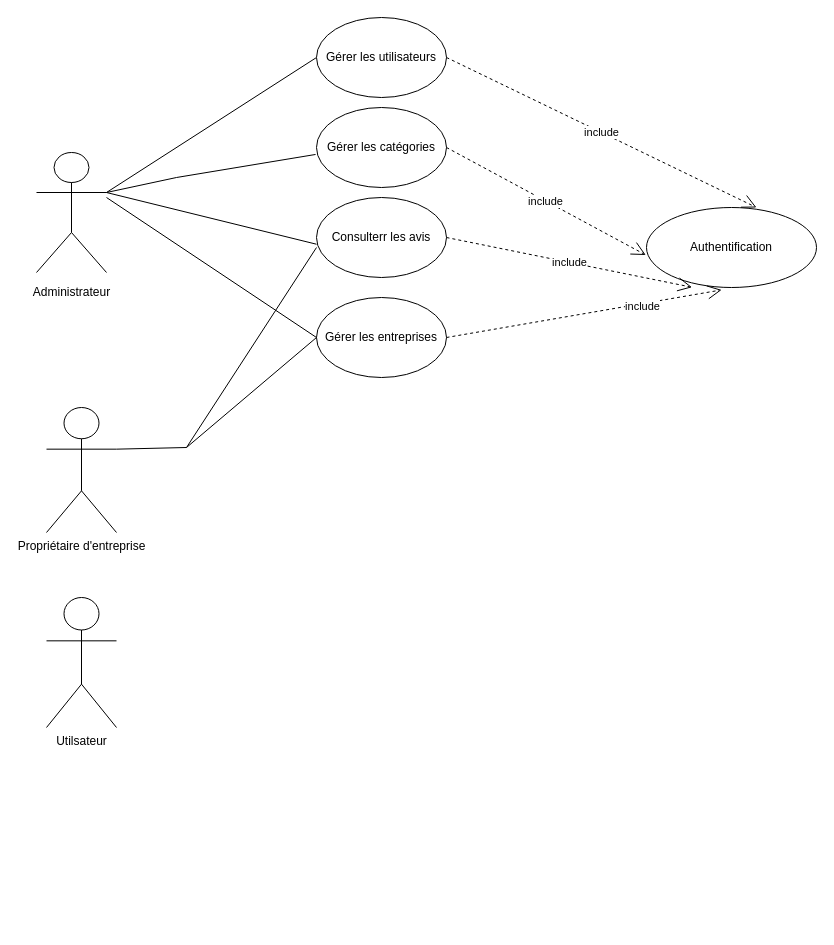
Earlier version of the draw.io diagram Admin.drawio.drawio (Rahma3-sys/Searchgi). Source tidied: cells renumbered, new cells numbered last; positions are measured from the earlier drawing's top-left corner, leaving out a move shared by most shapes. Both pictures are drawn from the tidied source at 100%, with x=0, y=0 at pixel (21, 17).
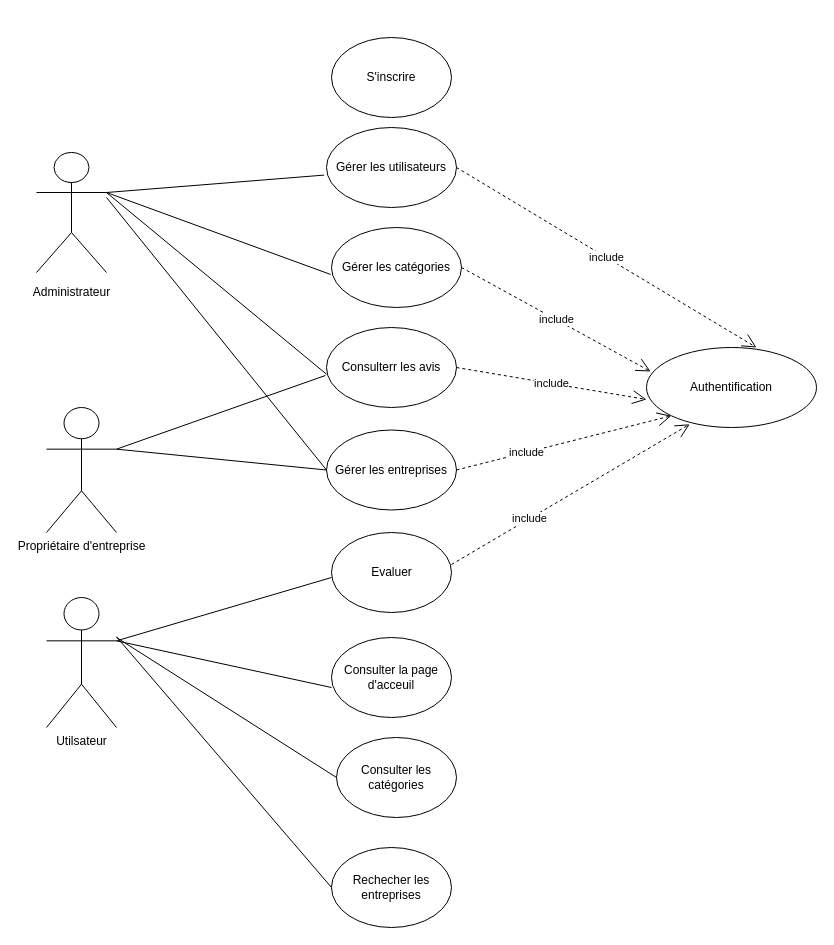
The same page after the edit.

Commit message:
Mettre à jour Admin.drawio.drawio

Unchanged cells that the change refers to:
```xml
<mxCell id="2" style="shape=umlActor;verticalLabelPosition=bottom;verticalAlign=top;html=1;outlineConnect=0;" parent="1" vertex="1">
  <mxGeometry x="15" y="135" width="70" height="120" as="geometry" />
</mxCell>
<mxCell id="17" value="Propriétaire d'entreprise" style="shape=umlActor;verticalLabelPosition=bottom;verticalAlign=top;html=1;outlineConnect=0;" parent="1" vertex="1">
  <mxGeometry x="25" y="390" width="70" height="125" as="geometry" />
</mxCell>
<mxCell id="18" value="Utilsateur" style="shape=umlActor;verticalLabelPosition=bottom;verticalAlign=top;html=1;outlineConnect=0;" parent="1" vertex="1">
  <mxGeometry x="25" y="580" width="70" height="130" as="geometry" />
</mxCell>
```

What changed in the source:
```diff
@@
     <mxCell id="3" value="Authentification" style="ellipse;whiteSpace=wrap;html=1;" parent="1" vertex="1">
-      <mxGeometry x="625" y="190" width="170" height="80" as="geometry" />
+      <mxGeometry x="625" y="330" width="170" height="80" as="geometry" />
     </mxCell>
     <mxCell id="4" value="Consulterr les avis" style="ellipse;whiteSpace=wrap;html=1;" parent="1" vertex="1">
-      <mxGeometry x="295" y="180" width="130" height="80" as="geometry" />
+      <mxGeometry x="305" y="310" width="130" height="80" as="geometry" />
     </mxCell>
     <mxCell id="5" value="Gérer les entreprises" style="ellipse;whiteSpace=wrap;html=1;" parent="1" vertex="1">
-      <mxGeometry x="295" y="280" width="130" height="80" as="geometry" />
+      <mxGeometry x="305" y="412.5" width="130" height="80" as="geometry" />
     </mxCell>
-    <mxCell id="6" value="include" style="endArrow=open;endSize=12;dashed=1;html=1;rounded=0;exitX=1;exitY=0.5;exitDx=0;exitDy=0;entryX=0.442;entryY=1.03;entryDx=0;entryDy=0;entryPerimeter=0;" parent="1" edge="1" source="5" target="3">
-      <mxGeometry x="0.42" y="-3" relative="1" as="geometry" />
+    <mxCell id="6" value="include" style="endArrow=open;endSize=12;dashed=1;html=1;rounded=0;exitX=1;exitY=0.5;exitDx=0;exitDy=0;entryX=0;entryY=1;entryDx=0;entryDy=0;" parent="1" edge="1" source="5" target="3">
+      <mxGeometry x="-0.35" relative="1" as="geometry" />
     </mxCell>
-    <mxCell id="7" value="include" style="endArrow=open;endSize=12;dashed=1;html=1;rounded=0;entryX=0.268;entryY=0.997;entryDx=0;entryDy=0;exitX=1;exitY=0.5;exitDx=0;exitDy=0;entryPerimeter=0;" parent="1" edge="1" source="4" target="3">
+    <mxCell id="7" value="include" style="endArrow=open;endSize=12;dashed=1;html=1;rounded=0;entryX=0;entryY=0.65;entryDx=0;entryDy=0;exitX=1;exitY=0.5;exitDx=0;exitDy=0;entryPerimeter=0;" parent="1" edge="1" source="4" target="3">
       <mxGeometry relative="1" as="geometry" />
     </mxCell>
-    <mxCell id="8" style="endArrow=none;html=1;rounded=0;exitX=1;exitY=0.3333333333333333;exitDx=0;exitDy=0;exitPerimeter=0;" parent="1" edge="1" source="2">
-      <mxGeometry relative="1" as="geometry">
-        <mxPoint x="295" y="40" as="targetPoint" />
-      </mxGeometry>
+    <mxCell id="8" style="endArrow=none;html=1;rounded=0;exitX=1;exitY=0.3333333333333333;exitDx=0;exitDy=0;exitPerimeter=0;entryX=-0.018;entryY=0.595;entryDx=0;entryDy=0;entryPerimeter=0;" parent="1" edge="1" source="2" target="11">
+      <mxGeometry relative="1" as="geometry" />
     </mxCell>
@@
     <mxCell id="11" value="Gérer les utilisateurs" style="ellipse;whiteSpace=wrap;html=1;" parent="1" vertex="1">
-      <mxGeometry x="295" width="130" height="80" as="geometry" />
+      <mxGeometry x="305" y="110" width="130" height="80" as="geometry" />
     </mxCell>
@@
     <mxCell id="13" value="Gérer les catégories" style="ellipse;whiteSpace=wrap;html=1;" parent="1" vertex="1">
-      <mxGeometry x="295" y="90" width="130" height="80" as="geometry" />
+      <mxGeometry x="310" y="210" width="130" height="80" as="geometry" />
     </mxCell>
     <mxCell id="14" style="endArrow=none;html=1;rounded=0;exitX=1;exitY=0.3333333333333333;exitDx=0;exitDy=0;exitPerimeter=0;entryX=-0.007;entryY=0.587;entryDx=0;entryDy=0;entryPerimeter=0;" parent="1" edge="1" source="2" target="13">
-      <mxGeometry relative="1" as="geometry">
-        <Array as="points">
-          <mxPoint x="155" y="160" />
-        </Array>
-      </mxGeometry>
+      <mxGeometry relative="1" as="geometry" />
     </mxCell>
@@
-    <mxCell id="16" value="include" style="endArrow=open;endSize=12;dashed=1;html=1;rounded=0;exitX=1;exitY=0.5;exitDx=0;exitDy=0;entryX=-0.004;entryY=0.594;entryDx=0;entryDy=0;entryPerimeter=0;" parent="1" edge="1" source="13" target="3">
+    <mxCell id="16" value="include" style="endArrow=open;endSize=12;dashed=1;html=1;rounded=0;exitX=1;exitY=0.5;exitDx=0;exitDy=0;entryX=0.024;entryY=0.3;entryDx=0;entryDy=0;entryPerimeter=0;" parent="1" edge="1" source="13" target="3">
       <mxGeometry relative="1" as="geometry" />
     </mxCell>
@@
-    <mxCell id="19" style="endArrow=none;html=1;rounded=0;exitX=1;exitY=0.3333333333333333;exitDx=0;exitDy=0;exitPerimeter=0;" parent="1" edge="1" source="17">
-      <mxGeometry relative="1" as="geometry">
-        <mxPoint x="295" y="230" as="targetPoint" />
-        <Array as="points">
-          <mxPoint x="165" y="430" />
-        </Array>
-      </mxGeometry>
+    <mxCell id="19" style="endArrow=none;html=1;rounded=0;exitX=1;exitY=0.3333333333333333;exitDx=0;exitDy=0;exitPerimeter=0;entryX=-0.009;entryY=0.6;entryDx=0;entryDy=0;entryPerimeter=0;" parent="1" edge="1" source="17" target="4">
+      <mxGeometry relative="1" as="geometry" />
     </mxCell>
-    <mxCell id="20" style="endArrow=none;html=1;rounded=0;entryX=0;entryY=0.5;entryDx=0;entryDy=0;" parent="1" edge="1" target="5">
-      <mxGeometry relative="1" as="geometry">
-        <mxPoint x="165" y="430" as="sourcePoint" />
-      </mxGeometry>
+    <mxCell id="20" style="endArrow=none;html=1;rounded=0;entryX=0;entryY=0.5;entryDx=0;entryDy=0;exitX=1;exitY=0.3333333333333333;exitDx=0;exitDy=0;exitPerimeter=0;" parent="1" edge="1" source="17" target="5">
+      <mxGeometry relative="1" as="geometry" />
     </mxCell>
+    <mxCell id="21" value="Consulter les catégories" style="ellipse;whiteSpace=wrap;html=1;" parent="1" vertex="1">
+      <mxGeometry x="315" y="720" width="120" height="80" as="geometry" />
+    </mxCell>
+    <mxCell id="22" value="Consulter la page d'acceuil" style="ellipse;whiteSpace=wrap;html=1;" parent="1" vertex="1">
+      <mxGeometry x="310" y="620" width="120" height="80" as="geometry" />
+    </mxCell>
+    <mxCell id="23" style="ellipse;whiteSpace=wrap;html=1;" parent="1" vertex="1">
+      <mxGeometry x="310" y="515" width="120" height="80" as="geometry" />
+    </mxCell>
+    <mxCell id="24" value="Evaluer" style="text;html=1;align=center;verticalAlign=middle;strokeColor=none;fillColor=none;" parent="1" vertex="1">
+      <mxGeometry x="340" y="540" width="60" height="30" as="geometry" />
+    </mxCell>
+    <mxCell id="25" value="include" style="endArrow=open;endSize=12;dashed=1;html=1;rounded=0;exitX=1;exitY=0.5;exitDx=0;exitDy=0;entryX=0.254;entryY=0.96;entryDx=0;entryDy=0;entryPerimeter=0;" parent="1" edge="1" target="3">
+      <mxGeometry x="-0.35" relative="1" as="geometry">
+        <mxPoint x="430" y="547" as="sourcePoint" />
+      </mxGeometry>
+    </mxCell>
+    <mxCell id="26" value="S'inscrire" style="ellipse;whiteSpace=wrap;html=1;" parent="1" vertex="1">
+      <mxGeometry x="310" y="20" width="120" height="80" as="geometry" />
+    </mxCell>
+    <mxCell id="27" value="Rechecher les entreprises" style="ellipse;whiteSpace=wrap;html=1;" parent="1" vertex="1">
+      <mxGeometry x="310" y="830" width="120" height="80" as="geometry" />
+    </mxCell>
+    <mxCell id="28" style="endArrow=none;html=1;rounded=0;entryX=0;entryY=0.5;entryDx=0;entryDy=0;" parent="1" edge="1" target="27">
+      <mxGeometry relative="1" as="geometry">
+        <mxPoint x="95" y="619.3" as="sourcePoint" />
+      </mxGeometry>
+    </mxCell>
+    <mxCell id="29" style="endArrow=none;html=1;rounded=0;" parent="1" edge="1">
+      <mxGeometry relative="1" as="geometry">
+        <mxPoint x="95" y="620" as="sourcePoint" />
+        <mxPoint x="315" y="760" as="targetPoint" />
+      </mxGeometry>
+    </mxCell>
+    <mxCell id="30" style="endArrow=none;html=1;rounded=0;exitX=1;exitY=0.3333333333333333;exitDx=0;exitDy=0;exitPerimeter=0;" parent="1" edge="1" source="18">
+      <mxGeometry relative="1" as="geometry">
+        <mxPoint x="310" y="670" as="targetPoint" />
+      </mxGeometry>
+    </mxCell>
+    <mxCell id="31" style="endArrow=none;html=1;rounded=0;exitX=1;exitY=0.3333333333333333;exitDx=0;exitDy=0;exitPerimeter=0;" parent="1" edge="1" source="18">
+      <mxGeometry relative="1" as="geometry">
+        <mxPoint x="310" y="560" as="targetPoint" />
+      </mxGeometry>
+    </mxCell>
```
